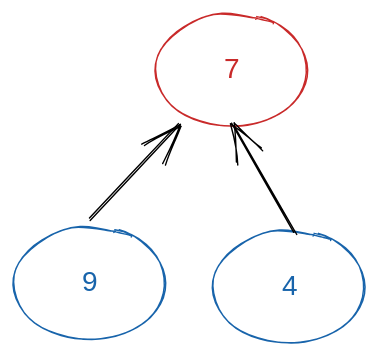
Above: .gitbook/assets/file.excalidraw.svg in Junnyjun/junlog (Excalidraw), before the change. Source tidied: one line per element, renumbered; positions are measured from the earlier drawing's top-left corner, leaving out a move shared by most shapes.
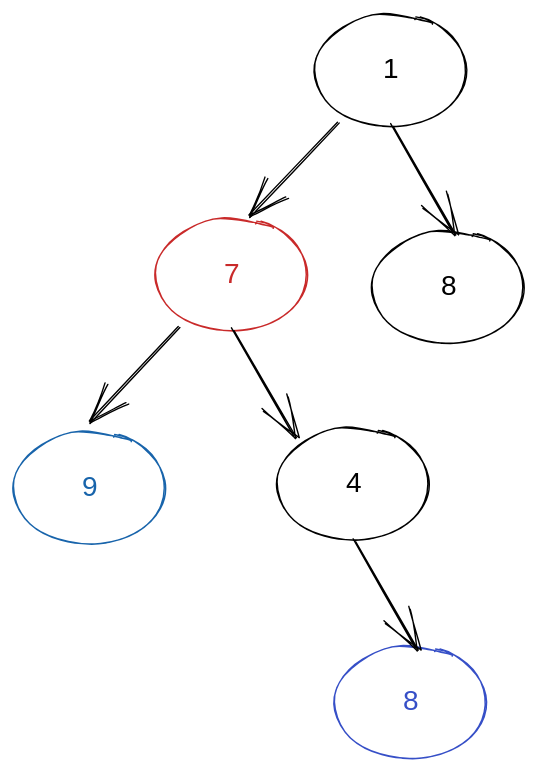
The same diagram one commit later.

Diff of the diagram source:
```diff
@@ -1,8 +1,17 @@
 {"id": 0, "type": "ellipse", "strokeColor": "#c92a2a", "strokeWidth": 1, "roughness": 1, "round": true, "x": 102, "y": 0, "width": 109, "height": 81}
 {"id": 1, "type": "text", "text": "7", "strokeColor": "#c92a2a", "strokeWidth": 1, "roughness": 1, "fontSize": 20, "fontFamily": 1, "textAlign": "center", "verticalAlign": "middle", "inside": 0, "x": 151, "y": 28, "width": 11, "height": 25}
-{"id": 2, "type": "ellipse", "strokeColor": "#1864ab", "strokeWidth": 1, "roughness": 1, "round": true, "x": 143, "y": 155, "width": 109, "height": 81}
-{"id": 3, "type": "text", "text": "4", "strokeColor": "#1864ab", "strokeWidth": 1, "roughness": 1, "fontSize": 20, "fontFamily": 1, "textAlign": "center", "verticalAlign": "middle", "inside": 2, "x": 191, "y": 183, "width": 13, "height": 25}
-{"id": 4, "type": "arrow", "strokeColor": "#000000", "strokeWidth": 1, "roughness": 1, "startArrowhead": "arrow", "round": true, "x": 156, "y": 79, "width": 45, "height": 77, "points": [[0, 0], [45, 77]]}
+{"id": 4, "type": "arrow", "strokeColor": "#000000", "strokeWidth": 1, "roughness": 1, "endArrowhead": "arrow", "round": true, "to": 14, "x": 156, "y": 79, "width": 45, "height": 76, "points": [[0, 0], [45, 76]]}
-{"id": 5, "type": "arrow", "strokeColor": "#000000", "strokeWidth": 1, "roughness": 1, "startArrowhead": "arrow", "round": true, "from": 0, "to": 6, "x": 118, "y": 78, "width": 65, "height": 69, "points": [[0, 0], [-65, 69]]}
+{"id": 5, "type": "arrow", "strokeColor": "#000000", "strokeWidth": 1, "roughness": 1, "endArrowhead": "arrow", "round": true, "from": 0, "to": 6, "x": 118, "y": 77, "width": 65, "height": 69, "points": [[0, 0], [-65, 69]]}
 {"id": 6, "type": "ellipse", "strokeColor": "#1864ab", "strokeWidth": 1, "roughness": 1, "round": true, "x": 0, "y": 152, "width": 109, "height": 81}
 {"id": 7, "type": "text", "text": "9", "strokeColor": "#1864ab", "strokeWidth": 1, "roughness": 1, "fontSize": 20, "fontFamily": 1, "textAlign": "center", "verticalAlign": "middle", "inside": 6, "x": 48, "y": 180, "width": 12, "height": 25}
+{"id": 8, "type": "ellipse", "strokeColor": "#000000", "strokeWidth": 1, "roughness": 1, "round": true, "x": 215, "y": -146, "width": 109, "height": 81}
+{"id": 9, "type": "text", "text": "1", "strokeColor": "#000000", "strokeWidth": 1, "roughness": 1, "fontSize": 20, "fontFamily": 1, "textAlign": "center", "verticalAlign": "middle", "inside": 8, "x": 267, "y": -118, "width": 5, "height": 25}
+{"id": 10, "type": "ellipse", "strokeColor": "#000000", "strokeWidth": 1, "roughness": 1, "round": true, "x": 256, "y": 9, "width": 109, "height": 81}
+{"id": 11, "type": "text", "text": "8", "strokeColor": "#000000", "strokeWidth": 1, "roughness": 1, "fontSize": 20, "fontFamily": 1, "textAlign": "center", "verticalAlign": "middle", "inside": 10, "x": 303, "y": 37, "width": 15, "height": 25}
+{"id": 12, "type": "arrow", "strokeColor": "#000000", "strokeWidth": 1, "roughness": 1, "endArrowhead": "arrow", "round": true, "x": 270, "y": -67, "width": 45, "height": 77, "points": [[0, 0], [45, 77]]}
+{"id": 13, "type": "arrow", "strokeColor": "#000000", "strokeWidth": 1, "roughness": 1, "endArrowhead": "arrow", "round": true, "from": 8, "to": 0, "x": 232, "y": -69, "width": 64, "height": 68, "points": [[0, 0], [-64, 68]]}
+{"id": 14, "type": "ellipse", "strokeColor": "#000000", "strokeWidth": 1, "roughness": 1, "round": true, "x": 188, "y": 150, "width": 109, "height": 81}
+{"id": 3, "type": "text", "text": "4", "strokeColor": "#000000", "strokeWidth": 1, "roughness": 1, "fontSize": 20, "fontFamily": 1, "textAlign": "center", "verticalAlign": "middle", "inside": 14, "x": 237, "y": 177, "width": 13, "height": 25}
+{"id": 15, "type": "ellipse", "strokeColor": "#364fc7", "strokeWidth": 1, "roughness": 1, "round": true, "x": 229, "y": 306, "width": 109, "height": 81}
+{"id": 16, "type": "text", "text": "8", "strokeColor": "#364fc7", "strokeWidth": 1, "roughness": 1, "fontSize": 20, "fontFamily": 1, "textAlign": "center", "verticalAlign": "middle", "inside": 15, "x": 276, "y": 334, "width": 15, "height": 25}
+{"id": 17, "type": "arrow", "strokeColor": "#000000", "strokeWidth": 1, "roughness": 1, "endArrowhead": "arrow", "round": true, "x": 243, "y": 230, "width": 45, "height": 77, "points": [[0, 0], [45, 77]]}
```
